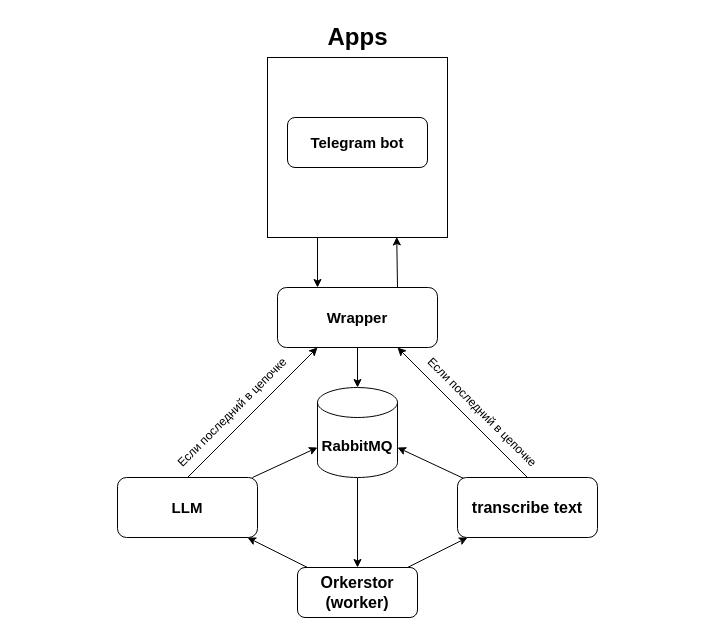
Earlier version of the draw.io diagram beta.drawio (duudee0/transcription-bot). Source tidied: cells renumbered, new cells numbered last; positions are measured from the earlier drawing's top-left corner, leaving out a move shared by most shapes. Both pictures are drawn from the tidied source at 100%, with x=0, y=0 at pixel (117, 17).
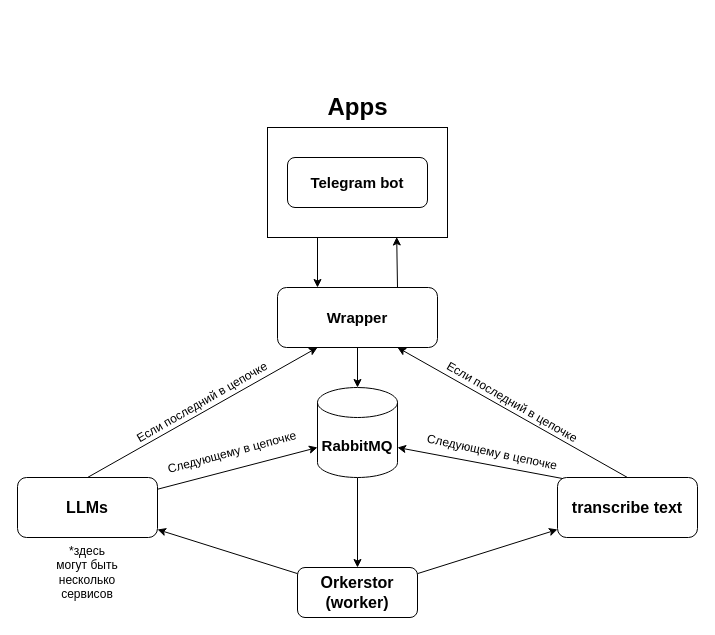
After the change.

Unchanged cells that the change refers to:
```xml
<mxCell id="7" value="&lt;span style=&quot;font-size: 15px;&quot;&gt;&lt;b&gt;Wrapper&lt;/b&gt;&lt;/span&gt;" style="rounded=1;whiteSpace=wrap;html=1;" parent="1" vertex="1">
  <mxGeometry x="160" y="270" width="160" height="60" as="geometry" />
</mxCell>
```

Diff of the diagram source:
```diff
@@
-    <mxCell id="3" style="whiteSpace=wrap;html=1;align=center;" parent="1" vertex="1">
-      <mxGeometry x="150" y="40" width="180" height="180" as="geometry" />
-    </mxCell>
     <mxCell id="4" value="Apps" style="text;strokeColor=none;fillColor=none;html=1;fontSize=24;fontStyle=1;verticalAlign=middle;align=center;" parent="1" vertex="1">
-      <mxGeometry x="190" width="100" height="40" as="geometry" />
+      <mxGeometry x="190" y="70" width="100" height="40" as="geometry" />
     </mxCell>
-    <mxCell id="5" value="&lt;b&gt;&lt;font style=&quot;font-size: 15px;&quot;&gt;Telegram bot&lt;/font&gt;&lt;/b&gt;" style="rounded=1;whiteSpace=wrap;html=1;" parent="1" vertex="1">
-      <mxGeometry x="170" y="100" width="140" height="50" as="geometry" />
-    </mxCell>
@@
     <mxCell id="13" value="&lt;span&gt;&lt;b&gt;&lt;font style=&quot;font-size: 16px;&quot;&gt;transcribe text&lt;/font&gt;&lt;/b&gt;&lt;/span&gt;" style="rounded=1;whiteSpace=wrap;html=1;" parent="1" vertex="1">
-      <mxGeometry x="340" y="460" width="140" height="60" as="geometry" />
+      <mxGeometry x="440" y="460" width="140" height="60" as="geometry" />
     </mxCell>
@@
-    <mxCell id="16" value="&lt;span style=&quot;font-size: 15px;&quot;&gt;&lt;b&gt;LLM&lt;/b&gt;&lt;/span&gt;" style="rounded=1;whiteSpace=wrap;html=1;" parent="1" vertex="1">
-      <mxGeometry y="460" width="140" height="60" as="geometry" />
+    <mxCell id="16" value="LLMs" style="rounded=1;whiteSpace=wrap;html=1;fontSize=16;fontStyle=1;fontColor=light-dark(default, #4d4d4d);" parent="1" vertex="1">
+      <mxGeometry x="-100" y="460" width="140" height="60" as="geometry" />
     </mxCell>
@@
-    <mxCell id="20" style="edgeStyle=none;html=1;exitX=0.75;exitY=0;exitDx=0;exitDy=0;entryX=0.718;entryY=0.997;entryDx=0;entryDy=0;entryPerimeter=0;" parent="1" edge="1" source="7" target="3">
-      <mxGeometry relative="1" as="geometry" />
+    <mxCell id="20" style="edgeStyle=none;html=1;exitX=0.75;exitY=0;exitDx=0;exitDy=0;entryX=0.718;entryY=0.997;entryDx=0;entryDy=0;entryPerimeter=0;" parent="1" edge="1" source="7">
+      <mxGeometry relative="1" as="geometry">
+        <mxPoint x="279.2" y="219.5" as="targetPoint" />
+      </mxGeometry>
     </mxCell>
@@
-    <mxCell id="23" value="Если последний в цепочке" style="text;html=1;align=center;verticalAlign=middle;whiteSpace=wrap;rounded=0;rotation=45;" parent="1" vertex="1">
-      <mxGeometry x="270" y="380" width="190" height="30" as="geometry" />
+    <mxCell id="23" value="Если последний в цепочке" style="text;html=1;align=center;verticalAlign=middle;whiteSpace=wrap;rounded=0;rotation=30;" parent="1" vertex="1">
+      <mxGeometry x="300" y="370" width="190" height="30" as="geometry" />
     </mxCell>
-    <mxCell id="24" value="Если последний в цепочке" style="text;html=1;align=center;verticalAlign=middle;whiteSpace=wrap;rounded=0;rotation=-45;" parent="1" vertex="1">
-      <mxGeometry x="20" y="380" width="190" height="30" as="geometry" />
+    <mxCell id="24" value="Если последний в цепочке" style="text;html=1;align=center;verticalAlign=middle;whiteSpace=wrap;rounded=0;rotation=-30;" parent="1" vertex="1">
+      <mxGeometry x="-10" y="370" width="190" height="30" as="geometry" />
     </mxCell>
+    <mxCell id="25" value="Следующему в цепочке" style="text;html=1;align=center;verticalAlign=middle;whiteSpace=wrap;rounded=0;rotation=-15;" parent="1" vertex="1">
+      <mxGeometry x="30" y="420" width="170" height="30" as="geometry" />
+    </mxCell>
+    <mxCell id="26" value="Следующему в цепочке" style="text;html=1;align=center;verticalAlign=middle;whiteSpace=wrap;rounded=0;rotation=12;" parent="1" vertex="1">
+      <mxGeometry x="290" y="420" width="170" height="30" as="geometry" />
+    </mxCell>
+    <mxCell id="27" style="rounded=0;whiteSpace=wrap;html=1;" parent="1" vertex="1">
+      <mxGeometry x="150" y="110" width="180" height="110" as="geometry" />
+    </mxCell>
+    <mxCell id="5" value="&lt;b&gt;&lt;font style=&quot;font-size: 15px;&quot;&gt;Telegram bot&lt;/font&gt;&lt;/b&gt;" style="rounded=1;whiteSpace=wrap;html=1;glass=0;shadow=0;" parent="1" vertex="1">
+      <mxGeometry x="170" y="140" width="140" height="50" as="geometry" />
+    </mxCell>
+    <mxCell id="28" value="*здесь могут быть несколько сервисов" style="text;html=1;align=center;verticalAlign=middle;whiteSpace=wrap;rounded=0;" parent="1" vertex="1">
+      <mxGeometry x="-65" y="540" width="70" height="30" as="geometry" />
+    </mxCell>
```
